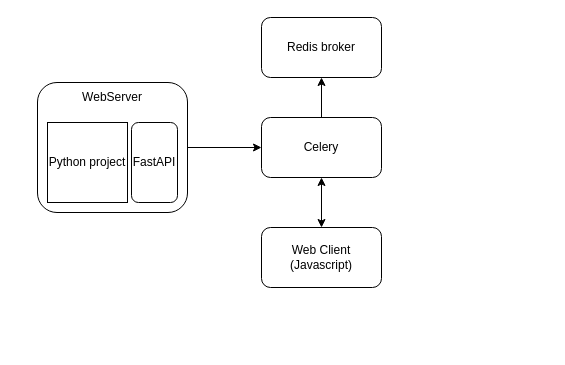
Before: Untitled Diagram.drawio in ricardj/firewatch-client, a draw.io diagram. Source tidied: cells renumbered, new cells numbered last; positions are measured from the earlier drawing's top-left corner, leaving out a move shared by most shapes. Both pictures are drawn from the tidied source at 100%, with x=0, y=0 at pixel (37, 17).
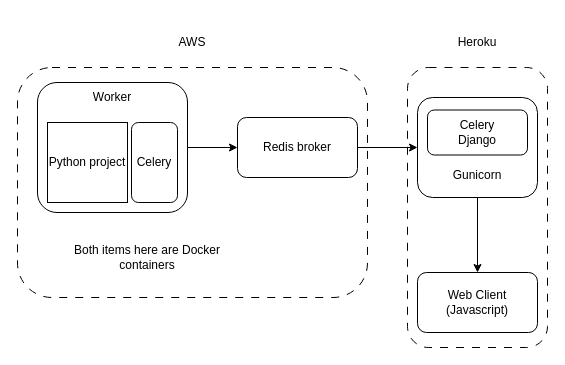
After the change.

The change refers to these unchanged cells:
```xml
<mxCell id="7" style="group;" parent="1" vertex="1">
  <mxGeometry y="65" width="150" height="130" as="geometry" />
</mxCell>
<mxCell id="8" style="rounded=1;whiteSpace=wrap;html=1;" parent="7" vertex="1">
  <mxGeometry width="150" height="130" as="geometry" />
</mxCell>
```

The edit, as a diff of the source:
```diff
@@
-    <mxCell id="2" style="edgeStyle=orthogonalEdgeStyle;rounded=0;jettySize=auto;html=1;exitX=0.5;exitY=0;exitDx=0;exitDy=0;entryX=0.5;entryY=1;entryDx=0;entryDy=0;" parent="1" edge="1" source="4" target="5">
-      <mxGeometry relative="1" as="geometry" />
-    </mxCell>
+    <mxCell id="13" style="rounded=1;whiteSpace=wrap;html=1;dashed=1;dashPattern=8 8;fillColor=none;" parent="1" vertex="1">
+      <mxGeometry x="370" y="50" width="140" height="280" as="geometry" />
+    </mxCell>
-    <mxCell id="3" style="edgeStyle=orthogonalEdgeStyle;rounded=0;jettySize=auto;html=1;exitX=0.5;exitY=1;exitDx=0;exitDy=0;startArrow=classic;startFill=1;" parent="1" edge="1" source="4" target="6">
+    <mxCell id="3" style="edgeStyle=orthogonalEdgeStyle;rounded=0;jettySize=auto;html=1;exitX=0.5;exitY=1;exitDx=0;exitDy=0;" parent="1" edge="1" source="4" target="6">
       <mxGeometry relative="1" as="geometry" />
     </mxCell>
-    <mxCell id="4" value="Celery" style="rounded=1;whiteSpace=wrap;html=1;" parent="1" vertex="1">
-      <mxGeometry x="224" y="100" width="120" height="60" as="geometry" />
-    </mxCell>
+    <mxCell id="14" style="edgeStyle=orthogonalEdgeStyle;rounded=0;jettySize=auto;html=1;exitX=1;exitY=0.5;exitDx=0;exitDy=0;entryX=0;entryY=0.5;entryDx=0;entryDy=0;" parent="1" edge="1" source="5" target="4">
+      <mxGeometry relative="1" as="geometry" />
+    </mxCell>
     <mxCell id="5" value="Redis broker" style="rounded=1;whiteSpace=wrap;html=1;" parent="1" vertex="1">
-      <mxGeometry x="224" width="120" height="60" as="geometry" />
+      <mxGeometry x="200" y="100" width="120" height="60" as="geometry" />
     </mxCell>
     <mxCell id="6" value="Web Client (Javascript)" style="rounded=1;whiteSpace=wrap;html=1;" parent="1" vertex="1">
-      <mxGeometry x="224" y="210" width="120" height="60" as="geometry" />
+      <mxGeometry x="380" y="255" width="120" height="60" as="geometry" />
     </mxCell>
@@
-    <mxCell id="10" value="FastAPI" style="rounded=1;whiteSpace=wrap;html=1;" parent="7" vertex="1">
+    <mxCell id="10" value="Celery" style="rounded=1;whiteSpace=wrap;html=1;" parent="7" vertex="1">
       <mxGeometry x="94" y="40" width="46" height="80" as="geometry" />
     </mxCell>
-    <mxCell id="11" value="WebServer" style="text;html=1;align=center;verticalAlign=middle;whiteSpace=wrap;rounded=0;" parent="7" vertex="1">
+    <mxCell id="11" value="Worker" style="text;html=1;align=center;verticalAlign=middle;whiteSpace=wrap;rounded=0;" parent="7" vertex="1">
       <mxGeometry x="45" width="60" height="30" as="geometry" />
     </mxCell>
-    <mxCell id="12" style="edgeStyle=orthogonalEdgeStyle;rounded=0;jettySize=auto;html=1;exitX=1;exitY=0.5;exitDx=0;exitDy=0;entryX=0;entryY=0.5;entryDx=0;entryDy=0;" parent="1" edge="1" source="8" target="4">
-      <mxGeometry relative="1" as="geometry" />
-    </mxCell>
+    <mxCell id="15" style="edgeStyle=orthogonalEdgeStyle;rounded=0;jettySize=auto;html=1;exitX=1;exitY=0.5;exitDx=0;exitDy=0;" parent="1" edge="1" source="8" target="5">
+      <mxGeometry relative="1" as="geometry" />
+    </mxCell>
+    <mxCell id="16" style="rounded=1;whiteSpace=wrap;html=1;dashed=1;dashPattern=8 8;fillColor=none;" parent="1" vertex="1">
+      <mxGeometry x="-20" y="50" width="350" height="230" as="geometry" />
+    </mxCell>
+    <mxCell id="17" value="AWS" style="text;html=1;align=center;verticalAlign=middle;whiteSpace=wrap;rounded=0;" parent="1" vertex="1">
+      <mxGeometry x="125" y="10" width="60" height="30" as="geometry" />
+    </mxCell>
+    <mxCell id="18" value="Heroku" style="text;html=1;align=center;verticalAlign=middle;whiteSpace=wrap;rounded=0;" parent="1" vertex="1">
+      <mxGeometry x="410" y="10" width="60" height="30" as="geometry" />
+    </mxCell>
+    <mxCell id="19" value="Both items here are Docker containers" style="text;html=1;align=center;verticalAlign=middle;whiteSpace=wrap;rounded=0;" parent="1" vertex="1">
+      <mxGeometry x="10" y="225" width="200" height="30" as="geometry" />
+    </mxCell>
+    <mxCell id="20" style="group;" parent="1" vertex="1">
+      <mxGeometry x="380" y="80" width="120" height="100" as="geometry" />
+    </mxCell>
+    <mxCell id="4" style="rounded=1;whiteSpace=wrap;html=1;" parent="20" vertex="1">
+      <mxGeometry width="120" height="100" as="geometry" />
+    </mxCell>
+    <mxCell id="21" value="Celery&lt;br&gt;Django" style="rounded=1;whiteSpace=wrap;html=1;" parent="20" vertex="1">
+      <mxGeometry x="10" y="12.5" width="100" height="45" as="geometry" />
+    </mxCell>
+    <mxCell id="22" value="Gunicorn" style="text;html=1;align=center;verticalAlign=middle;whiteSpace=wrap;rounded=0;" parent="20" vertex="1">
+      <mxGeometry x="30" y="62.5" width="60" height="30" as="geometry" />
+    </mxCell>
```
